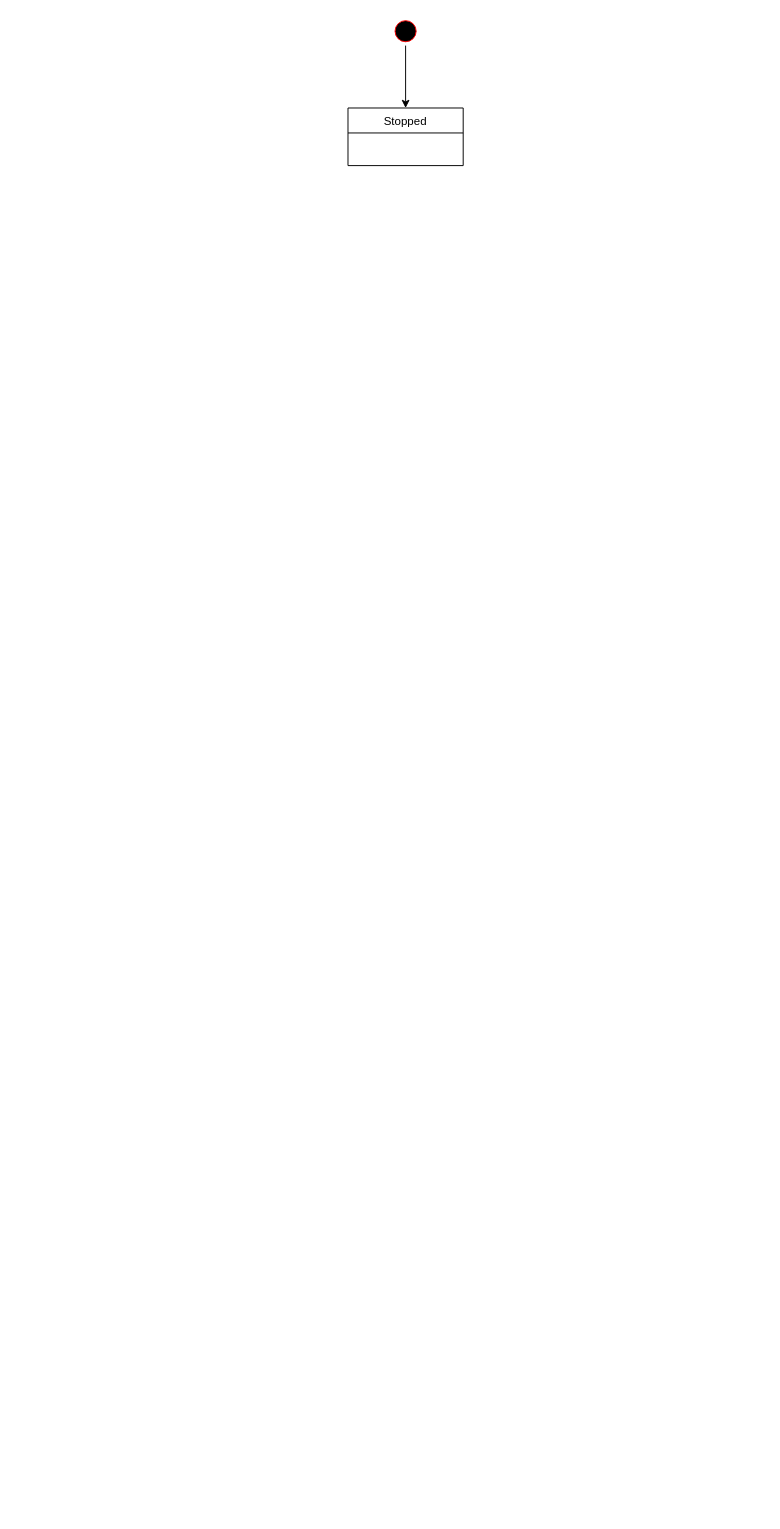
The draw.io diagram page "Output Stream" (2 of 2) of assets/proposals/0303-audio-io-manager/Audio IO state diagrams.drawio in smartdevicelink/sdl_evolution, before the edit. Source tidied: cells renumbered, new cells numbered last; positions are measured from the earlier drawing's top-left corner, leaving out a move shared by most shapes. Both pictures are drawn from the tidied source at 96%, with x=0, y=0 at pixel (348, 16).
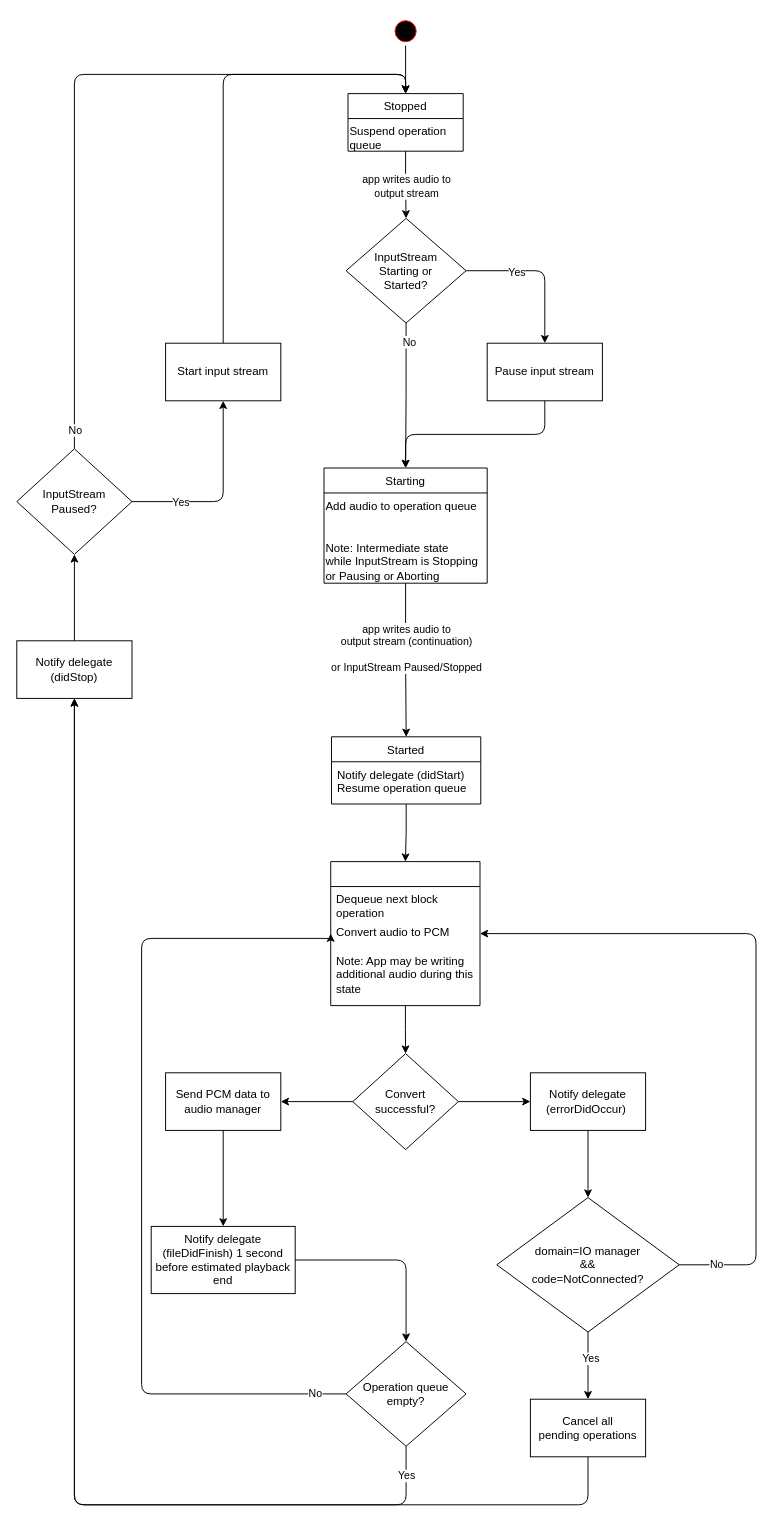
The same page after the edit.

What changed in the source:
```diff
@@
+    <mxCell id="5" style="edgeStyle=orthogonalEdgeStyle;rounded=0;jettySize=auto;html=1;entryX=0.5;entryY=0;entryDx=0;entryDy=0;" parent="1" edge="1" source="4" target="15">
+      <mxGeometry relative="1" as="geometry" />
+    </mxCell>
+    <mxCell id="6" value="app writes audio to&lt;br&gt;output stream" style="edgeLabel;html=1;align=center;verticalAlign=middle;" parent="5" vertex="1">
+      <mxGeometry x="-0.33" relative="1" as="geometry">
+        <mxPoint x="0.5" y="12" as="offset" />
+      </mxGeometry>
+    </mxCell>
     <mxCell id="4" value="Stopped" style="swimlane;fontStyle=0;horizontal=1;startSize=26;fillColor=none;" parent="1" vertex="1">
-      <mxGeometry y="95" width="120" height="60" as="geometry" />
+      <mxGeometry y="80" width="120" height="60" as="geometry" />
     </mxCell>
+    <mxCell id="7" value="Suspend operation queue" style="text;html=1;strokeColor=none;fillColor=none;align=left;verticalAlign=top;whiteSpace=wrap;rounded=0;" parent="4" vertex="1">
+      <mxGeometry y="26" width="120" height="34" as="geometry" />
+    </mxCell>
+    <mxCell id="8" value="Starting" style="swimlane;fontStyle=0;horizontal=1;startSize=26;fillColor=none;" parent="1" vertex="1">
+      <mxGeometry x="-25" y="470" width="170" height="120" as="geometry" />
+    </mxCell>
+    <mxCell id="9" value="Add audio to operation queue" style="text;html=1;strokeColor=none;fillColor=none;align=left;verticalAlign=top;whiteSpace=wrap;rounded=0;" parent="8" vertex="1">
+      <mxGeometry y="26" width="170" height="44" as="geometry" />
+    </mxCell>
+    <mxCell id="10" value="Note: Intermediate state&amp;nbsp;&lt;br&gt;while InputStream is Stopping&lt;br&gt;or Pausing or Aborting" style="text;html=1;align=left;verticalAlign=top;points=[];" parent="8" vertex="1">
+      <mxGeometry y="70" width="170" height="50" as="geometry" />
+    </mxCell>
+    <mxCell id="11" style="edgeStyle=orthogonalEdgeStyle;rounded=1;jettySize=auto;html=1;" parent="1" edge="1" source="15" target="17">
+      <mxGeometry relative="1" as="geometry" />
+    </mxCell>
+    <mxCell id="12" value="Yes" style="edgeLabel;html=1;align=center;verticalAlign=middle;" parent="11" vertex="1">
+      <mxGeometry x="-0.34" relative="1" as="geometry">
+        <mxPoint y="1" as="offset" />
+      </mxGeometry>
+    </mxCell>
+    <mxCell id="13" style="edgeStyle=orthogonalEdgeStyle;rounded=0;jettySize=auto;html=1;" parent="1" edge="1" source="15" target="8">
+      <mxGeometry relative="1" as="geometry" />
+    </mxCell>
+    <mxCell id="14" value="No" style="edgeLabel;html=1;align=center;verticalAlign=middle;" parent="13" vertex="1">
+      <mxGeometry x="-0.75" y="3" relative="1" as="geometry" />
+    </mxCell>
+    <mxCell id="15" value="InputStream&lt;br&gt;Starting or&lt;br&gt;Started?" style="rhombus;whiteSpace=wrap;html=1;fontStyle=0;fillColor=none;startSize=26;" parent="1" vertex="1">
+      <mxGeometry x="-2" y="210" width="125" height="109" as="geometry" />
+    </mxCell>
+    <mxCell id="16" style="edgeStyle=orthogonalEdgeStyle;rounded=1;jettySize=auto;html=1;exitX=0.5;exitY=1;exitDx=0;exitDy=0;" parent="1" edge="1" source="17" target="8">
+      <mxGeometry relative="1" as="geometry" />
+    </mxCell>
+    <mxCell id="17" value="Pause input stream" style="whiteSpace=wrap;html=1;fontStyle=0;fillColor=none;startSize=26;" parent="1" vertex="1">
+      <mxGeometry x="145" y="340" width="120" height="60" as="geometry" />
+    </mxCell>
+    <mxCell id="18" style="edgeStyle=orthogonalEdgeStyle;rounded=0;jettySize=auto;html=1;" parent="1" edge="1" source="10" target="21">
+      <mxGeometry relative="1" as="geometry" />
+    </mxCell>
+    <mxCell id="19" value="app writes audio to&lt;br&gt;output stream (continuation)&lt;br&gt;&lt;br&gt;or InputStream Paused/Stopped" style="edgeLabel;html=1;align=center;verticalAlign=middle;" parent="18" vertex="1">
+      <mxGeometry x="-0.17" relative="1" as="geometry" />
+    </mxCell>
+    <mxCell id="20" style="edgeStyle=orthogonalEdgeStyle;rounded=0;jettySize=auto;html=1;" parent="1" edge="1" source="21" target="29">
+      <mxGeometry relative="1" as="geometry" />
+    </mxCell>
+    <mxCell id="21" value="Started" style="swimlane;fontStyle=0;horizontal=1;startSize=26;fillColor=none;" parent="1" vertex="1">
+      <mxGeometry x="-17.2" y="750" width="155.5" height="70" as="geometry" />
+    </mxCell>
+    <mxCell id="22" value="Notify delegate (didStart)&#10;Resume operation queue" style="text;strokeColor=none;fillColor=none;align=left;verticalAlign=top;spacingLeft=4;spacingRight=4;overflow=hidden;whiteSpace=wrap;" parent="21" vertex="1">
+      <mxGeometry y="26" width="155.5" height="44" as="geometry" />
+    </mxCell>
+    <mxCell id="23" style="edgeStyle=orthogonalEdgeStyle;rounded=1;jettySize=auto;html=1;exitX=0.5;exitY=1;exitDx=0;exitDy=0;" parent="1" edge="1" source="27" target="36">
+      <mxGeometry relative="1" as="geometry">
+        <Array as="points">
+          <mxPoint x="61" y="1550" />
+          <mxPoint x="-285" y="1550" />
+        </Array>
+      </mxGeometry>
+    </mxCell>
+    <mxCell id="24" value="Yes" style="edgeLabel;html=1;align=center;verticalAlign=middle;" parent="23" vertex="1">
+      <mxGeometry x="0.02" y="-2" relative="1" as="geometry">
+        <mxPoint x="343.5" y="198.5" as="offset" />
+      </mxGeometry>
+    </mxCell>
+    <mxCell id="25" style="edgeStyle=orthogonalEdgeStyle;rounded=1;jettySize=auto;html=1;entryX=0;entryY=0.5;entryDx=0;entryDy=0;exitX=0;exitY=0.5;exitDx=0;exitDy=0;" parent="1" edge="1" source="27" target="31">
+      <mxGeometry relative="1" as="geometry">
+        <Array as="points">
+          <mxPoint x="-215" y="1435" />
+          <mxPoint x="-215" y="960" />
+          <mxPoint x="-18" y="960" />
+        </Array>
+      </mxGeometry>
+    </mxCell>
+    <mxCell id="26" value="No" style="edgeLabel;html=1;align=center;verticalAlign=middle;" parent="25" vertex="1">
+      <mxGeometry x="-0.06" y="1" relative="1" as="geometry">
+        <mxPoint x="181" y="204" as="offset" />
+      </mxGeometry>
+    </mxCell>
+    <mxCell id="27" value="Operation queue empty?" style="rhombus;whiteSpace=wrap;html=1;fontStyle=0;fillColor=none;startSize=26;" parent="1" vertex="1">
+      <mxGeometry x="-2" y="1380" width="125" height="109" as="geometry" />
+    </mxCell>
+    <mxCell id="28" style="edgeStyle=orthogonalEdgeStyle;rounded=0;jettySize=auto;html=1;" parent="1" edge="1" source="29" target="46">
+      <mxGeometry relative="1" as="geometry" />
+    </mxCell>
+    <mxCell id="29" style="swimlane;fontStyle=0;horizontal=1;startSize=26;fillColor=none;" parent="1" vertex="1">
+      <mxGeometry x="-18" y="880" width="155.5" height="150" as="geometry" />
+    </mxCell>
+    <mxCell id="30" value="Dequeue next block operation&#10;" style="text;strokeColor=none;fillColor=none;align=left;verticalAlign=top;spacingLeft=4;spacingRight=4;overflow=hidden;whiteSpace=wrap;" parent="29" vertex="1">
+      <mxGeometry y="26" width="155.5" height="34" as="geometry" />
+    </mxCell>
+    <mxCell id="31" value="Convert audio to PCM&#10;" style="text;strokeColor=none;fillColor=none;align=left;verticalAlign=top;spacingLeft=4;spacingRight=4;overflow=hidden;points=[[0,0.5],[1,0.5]];portConstraint=eastwest;whiteSpace=wrap;" parent="29" vertex="1">
+      <mxGeometry y="60" width="155.5" height="30" as="geometry" />
+    </mxCell>
+    <mxCell id="32" value="Note: App may be writing additional audio during this state" style="text;strokeColor=none;fillColor=none;align=left;verticalAlign=top;spacingLeft=4;spacingRight=4;overflow=hidden;whiteSpace=wrap;" parent="29" vertex="1">
+      <mxGeometry y="90" width="155.5" height="60" as="geometry" />
+    </mxCell>
+    <mxCell id="33" style="edgeStyle=orthogonalEdgeStyle;rounded=1;jettySize=auto;html=1;" parent="1" edge="1" source="34" target="27">
+      <mxGeometry relative="1" as="geometry" />
+    </mxCell>
+    <mxCell id="34" value="Notify delegate (fileDidFinish) 1 second before estimated playback end" style="whiteSpace=wrap;html=1;fontStyle=0;fillColor=none;startSize=26;" parent="1" vertex="1">
+      <mxGeometry x="-205" y="1260" width="150" height="70" as="geometry" />
+    </mxCell>
+    <mxCell id="35" style="edgeStyle=orthogonalEdgeStyle;rounded=0;jettySize=auto;html=1;" parent="1" edge="1" source="36" target="41">
+      <mxGeometry relative="1" as="geometry" />
+    </mxCell>
+    <mxCell id="36" value="Notify delegate (didStop)" style="whiteSpace=wrap;html=1;fontStyle=0;fillColor=none;startSize=26;" parent="1" vertex="1">
+      <mxGeometry x="-345" y="650" width="120" height="60" as="geometry" />
+    </mxCell>
+    <mxCell id="37" style="edgeStyle=orthogonalEdgeStyle;rounded=1;jettySize=auto;html=1;entryX=0.5;entryY=0;entryDx=0;entryDy=0;exitX=0.5;exitY=0;exitDx=0;exitDy=0;" parent="1" edge="1" source="41" target="4">
+      <mxGeometry relative="1" as="geometry">
+        <Array as="points">
+          <mxPoint x="-285" y="60" />
+          <mxPoint x="60" y="60" />
+        </Array>
+      </mxGeometry>
+    </mxCell>
+    <mxCell id="38" value="No" style="edgeLabel;html=1;align=center;verticalAlign=middle;" parent="37" vertex="1">
+      <mxGeometry x="-0.2" y="-2" relative="1" as="geometry">
+        <mxPoint x="-2" y="282" as="offset" />
+      </mxGeometry>
+    </mxCell>
+    <mxCell id="39" style="edgeStyle=orthogonalEdgeStyle;rounded=1;jettySize=auto;html=1;" parent="1" edge="1" source="41" target="43">
+      <mxGeometry relative="1" as="geometry" />
+    </mxCell>
+    <mxCell id="40" value="Yes" style="edgeLabel;html=1;align=center;verticalAlign=middle;" parent="39" vertex="1">
+      <mxGeometry x="-0.01" y="1" relative="1" as="geometry">
+        <mxPoint x="-44" y="4" as="offset" />
+      </mxGeometry>
+    </mxCell>
+    <mxCell id="41" value="InputStream&lt;br&gt;Paused?" style="rhombus;whiteSpace=wrap;html=1;fontStyle=0;fillColor=none;startSize=26;" parent="1" vertex="1">
+      <mxGeometry x="-345" y="450" width="120" height="110" as="geometry" />
+    </mxCell>
+    <mxCell id="42" style="edgeStyle=orthogonalEdgeStyle;jettySize=auto;html=1;entryX=0.5;entryY=0;entryDx=0;entryDy=0;exitX=0.5;exitY=0;exitDx=0;exitDy=0;rounded=1;" parent="1" edge="1" source="43" target="4">
+      <mxGeometry relative="1" as="geometry" />
+    </mxCell>
+    <mxCell id="43" value="Start input stream" style="whiteSpace=wrap;html=1;fontStyle=0;fillColor=none;startSize=26;" parent="1" vertex="1">
+      <mxGeometry x="-190" y="340" width="120" height="60" as="geometry" />
+    </mxCell>
+    <mxCell id="44" style="edgeStyle=orthogonalEdgeStyle;rounded=0;jettySize=auto;html=1;" parent="1" edge="1" source="46" target="48">
+      <mxGeometry relative="1" as="geometry" />
+    </mxCell>
+    <mxCell id="45" style="edgeStyle=orthogonalEdgeStyle;rounded=0;jettySize=auto;html=1;" parent="1" edge="1" source="46" target="50">
+      <mxGeometry relative="1" as="geometry" />
+    </mxCell>
+    <mxCell id="46" value="Convert successful?" style="rhombus;whiteSpace=wrap;html=1;fontStyle=0;fillColor=none;startSize=26;" parent="1" vertex="1">
+      <mxGeometry x="5" y="1080" width="110" height="100" as="geometry" />
+    </mxCell>
+    <mxCell id="47" style="edgeStyle=orthogonalEdgeStyle;rounded=0;jettySize=auto;html=1;exitX=0.5;exitY=1;exitDx=0;exitDy=0;" parent="1" edge="1" source="48" target="34">
+      <mxGeometry relative="1" as="geometry" />
+    </mxCell>
+    <mxCell id="48" value="Send PCM data to audio manager" style="whiteSpace=wrap;html=1;fontStyle=0;fillColor=none;startSize=26;" parent="1" vertex="1">
+      <mxGeometry x="-190" y="1100" width="120" height="60" as="geometry" />
+    </mxCell>
+    <mxCell id="49" style="edgeStyle=orthogonalEdgeStyle;rounded=0;jettySize=auto;html=1;" parent="1" edge="1" source="50" target="54">
+      <mxGeometry relative="1" as="geometry" />
+    </mxCell>
+    <mxCell id="50" value="Notify delegate (errorDidOccur)&amp;nbsp;" style="whiteSpace=wrap;html=1;fontStyle=0;fillColor=none;startSize=26;" parent="1" vertex="1">
+      <mxGeometry x="190" y="1100" width="120" height="60" as="geometry" />
+    </mxCell>
+    <mxCell id="51" style="edgeStyle=orthogonalEdgeStyle;rounded=0;jettySize=auto;html=1;" parent="1" edge="1" source="54" target="56">
+      <mxGeometry relative="1" as="geometry" />
+    </mxCell>
+    <mxCell id="52" value="Yes" style="edgeLabel;html=1;align=center;verticalAlign=middle;" parent="51" vertex="1">
+      <mxGeometry x="-0.23" y="2" relative="1" as="geometry" />
+    </mxCell>
+    <mxCell id="53" value="No" style="edgeStyle=orthogonalEdgeStyle;rounded=1;jettySize=auto;html=1;entryX=1;entryY=0.5;entryDx=0;entryDy=0;" parent="1" edge="1" source="54" target="31">
+      <mxGeometry x="-0.89" relative="1" as="geometry">
+        <Array as="points">
+          <mxPoint x="425" y="1300" />
+          <mxPoint x="425" y="955" />
+        </Array>
+      </mxGeometry>
+    </mxCell>
+    <mxCell id="54" value="domain=IO manager&lt;br&gt;&amp;amp;&amp;amp;&lt;br&gt;code=NotConnected?&lt;br&gt;" style="rhombus;whiteSpace=wrap;html=1;fontStyle=0;fillColor=none;startSize=26;" parent="1" vertex="1">
+      <mxGeometry x="155" y="1230" width="190" height="140" as="geometry" />
+    </mxCell>
+    <mxCell id="55" style="edgeStyle=orthogonalEdgeStyle;rounded=1;jettySize=auto;html=1;" parent="1" edge="1" source="56" target="36">
+      <mxGeometry relative="1" as="geometry">
+        <Array as="points">
+          <mxPoint x="250" y="1550" />
+          <mxPoint x="-285" y="1550" />
+        </Array>
+      </mxGeometry>
+    </mxCell>
+    <mxCell id="56" value="Cancel all&lt;br&gt;pending operations" style="whiteSpace=wrap;html=1;fontStyle=0;fillColor=none;startSize=26;" parent="1" vertex="1">
+      <mxGeometry x="190" y="1440" width="120" height="60" as="geometry" />
+    </mxCell>
```
